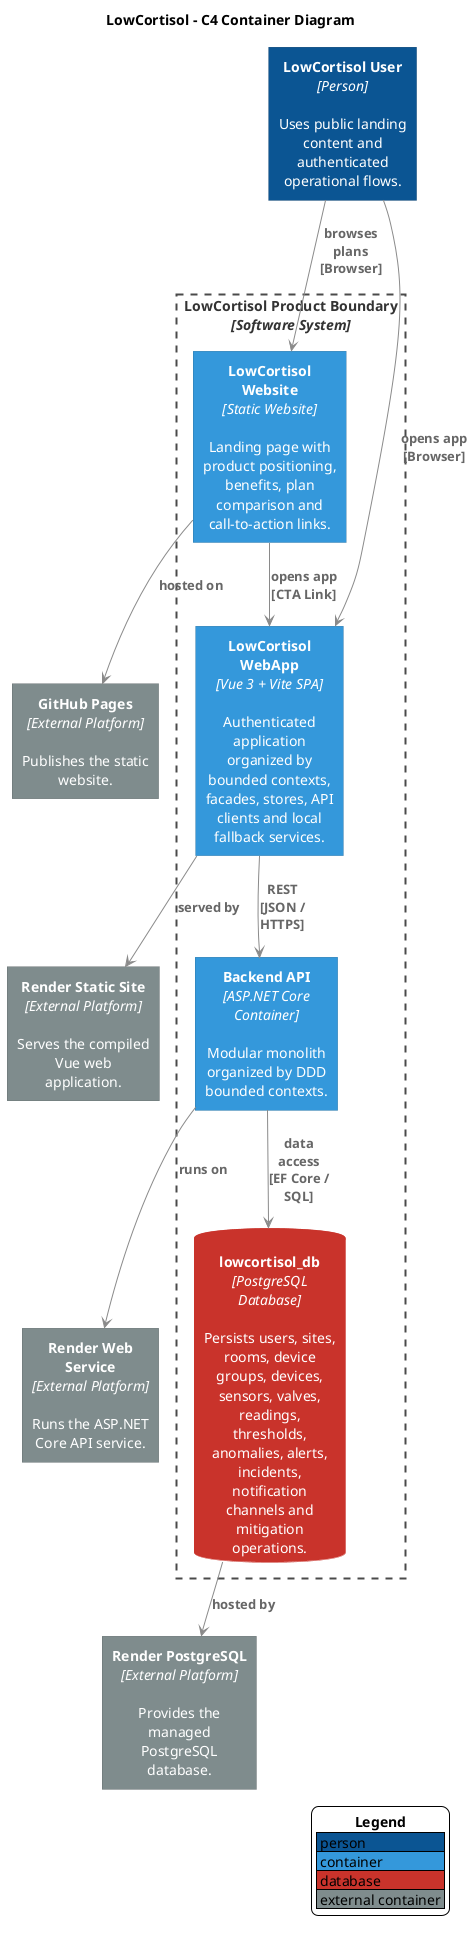
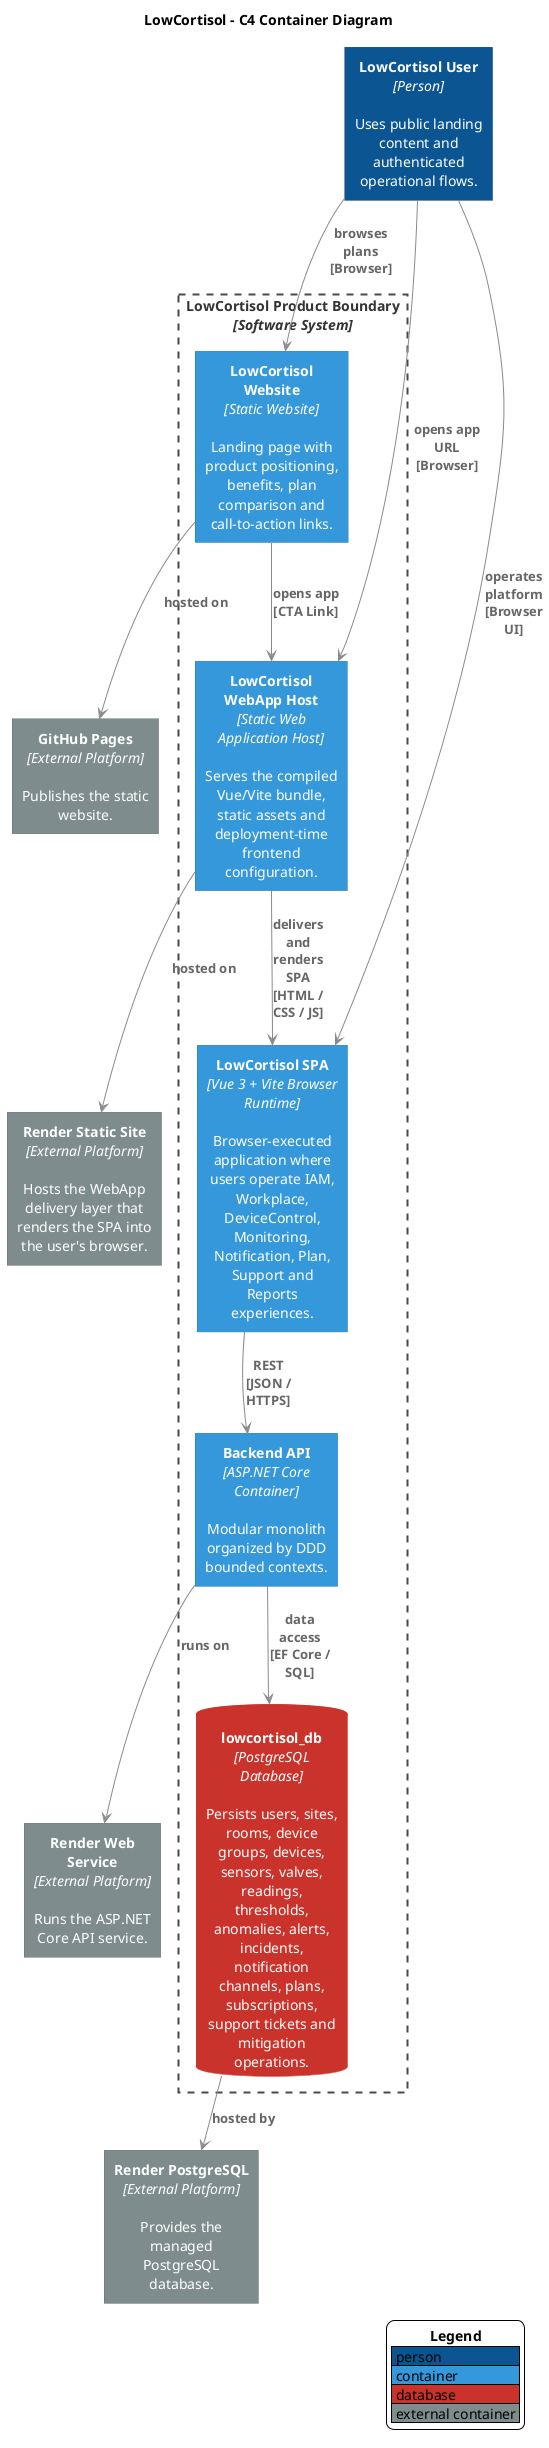
@startuml
skinparam backgroundColor #FFFFFF
skinparam shadowing false
skinparam defaultFontName Arial
skinparam defaultTextAlignment center
skinparam wrapWidth 135
skinparam maxMessageSize 70
skinparam nodesep 35
skinparam ranksep 45
skinparam ArrowColor #8A8A8A
skinparam ArrowFontColor #666666
skinparam ArrowFontStyle bold
skinparam ArrowThickness 1
skinparam rectangleRoundCorner 0
skinparam rectangleBorderThickness 0
skinparam rectangleFontColor #FFFFFF
skinparam rectangleFontStyle plain
skinparam rectangle {
  BorderThickness 0
  MinimumWidth 155
  Padding 8
}
skinparam database {
  MinimumWidth 165
  Padding 8
}
skinparam rectangle<<SystemBoundary>> {
  BackgroundColor transparent
  BorderColor #4A4A4A
  BorderThickness 2
  BorderStyle dashed
  FontColor #333333
  FontStyle bold
  MinimumWidth 640
  Padding 12
}
skinparam databaseBackgroundColor #C9332B
skinparam databaseBorderColor #C9332B
skinparam databaseFontColor #FFFFFF
skinparam databaseFontStyle plain
hide stereotype
top to bottom direction

title LowCortisol - C4 Container Diagram

rectangle "<b>LowCortisol User</b>\n<i>[Person]</i>\n\nUses public landing content and authenticated operational flows." as User #0B5593

rectangle "<b>LowCortisol Product Boundary</b>\n<i>[Software System]</i>" <<SystemBoundary>> {
  rectangle "<b>LowCortisol Website</b>\n<i>[Static Website]</i>\n\nLanding page with product positioning, benefits, plan comparison and call-to-action links." as Website #3498DB
-   rectangle "<b>LowCortisol WebApp</b>\n<i>[Vue 3 + Vite SPA]</i>\n\nAuthenticated application organized by bounded contexts, facades, stores, API clients and local fallback services." as Spa #3498DB
+   rectangle "<b>LowCortisol WebApp Host</b>\n<i>[Static Web Application Host]</i>\n\nServes the compiled Vue/Vite bundle, static assets and deployment-time frontend configuration." as WebAppHost #3498DB
+   rectangle "<b>LowCortisol SPA</b>\n<i>[Vue 3 + Vite Browser Runtime]</i>\n\nBrowser-executed application where users operate IAM, Workplace, DeviceControl, Monitoring, Notification, Plan, Support and Reports experiences." as Spa #3498DB

  rectangle "<b>Backend API</b>\n<i>[ASP.NET Core Container]</i>\n\nModular monolith organized by DDD bounded contexts." as Api #3498DB
-   database "<b>lowcortisol_db</b>\n<i>[PostgreSQL Database]</i>\n\nPersists users, sites, rooms, device groups, devices, sensors, valves, readings, thresholds, anomalies, alerts, incidents, notification channels and mitigation operations." as Db
+   database "<b>lowcortisol_db</b>\n<i>[PostgreSQL Database]</i>\n\nPersists users, sites, rooms, device groups, devices, sensors, valves, readings, thresholds, anomalies, alerts, incidents, notification channels, plans, subscriptions, support tickets and mitigation operations." as Db
}

rectangle "<b>GitHub Pages</b>\n<i>[External Platform]</i>\n\nPublishes the static website." as Pages #7F8C8D
- rectangle "<b>Render Static Site</b>\n<i>[External Platform]</i>\n\nServes the compiled Vue web application." as RenderStatic #7F8C8D
+ rectangle "<b>Render Static Site</b>\n<i>[External Platform]</i>\n\nHosts the WebApp delivery layer that renders the SPA into the user's browser." as RenderStatic #7F8C8D
rectangle "<b>Render Web Service</b>\n<i>[External Platform]</i>\n\nRuns the ASP.NET Core API service." as RenderApi #7F8C8D
rectangle "<b>Render PostgreSQL</b>\n<i>[External Platform]</i>\n\nProvides the managed PostgreSQL database." as RenderDb #7F8C8D

User --> Website : browses plans\n[Browser]
- Website --> Spa : opens app\n[CTA Link]
- User --> Spa : opens app\n[Browser]
+ Website --> WebAppHost : opens app\n[CTA Link]
+ User --> WebAppHost : opens app URL\n[Browser]
+ WebAppHost --> Spa : delivers and renders SPA\n[HTML / CSS / JS]
+ User --> Spa : operates platform\n[Browser UI]
Spa --> Api : REST\n[JSON / HTTPS]
Api --> Db : data access\n[EF Core / SQL]

Website --> Pages : hosted on
- Spa --> RenderStatic : served by
+ WebAppHost --> RenderStatic : hosted on
Api --> RenderApi : runs on
Db --> RenderDb : hosted by

- Website -[hidden]right- Spa
+ Website -[hidden]right- WebAppHost
+ WebAppHost -[hidden]right- Spa
Spa -[hidden]down- Api
Api -[hidden]right- Db
Pages -[hidden]right- RenderStatic
RenderStatic -[hidden]right- RenderApi
RenderApi -[hidden]right- RenderDb

legend right
  <b>Legend</b>
  |<#0B5593> person |
  |<#3498DB> container |
  |<#C9332B> database |
  |<#7F8C8D> external container |
endlegend

@enduml
